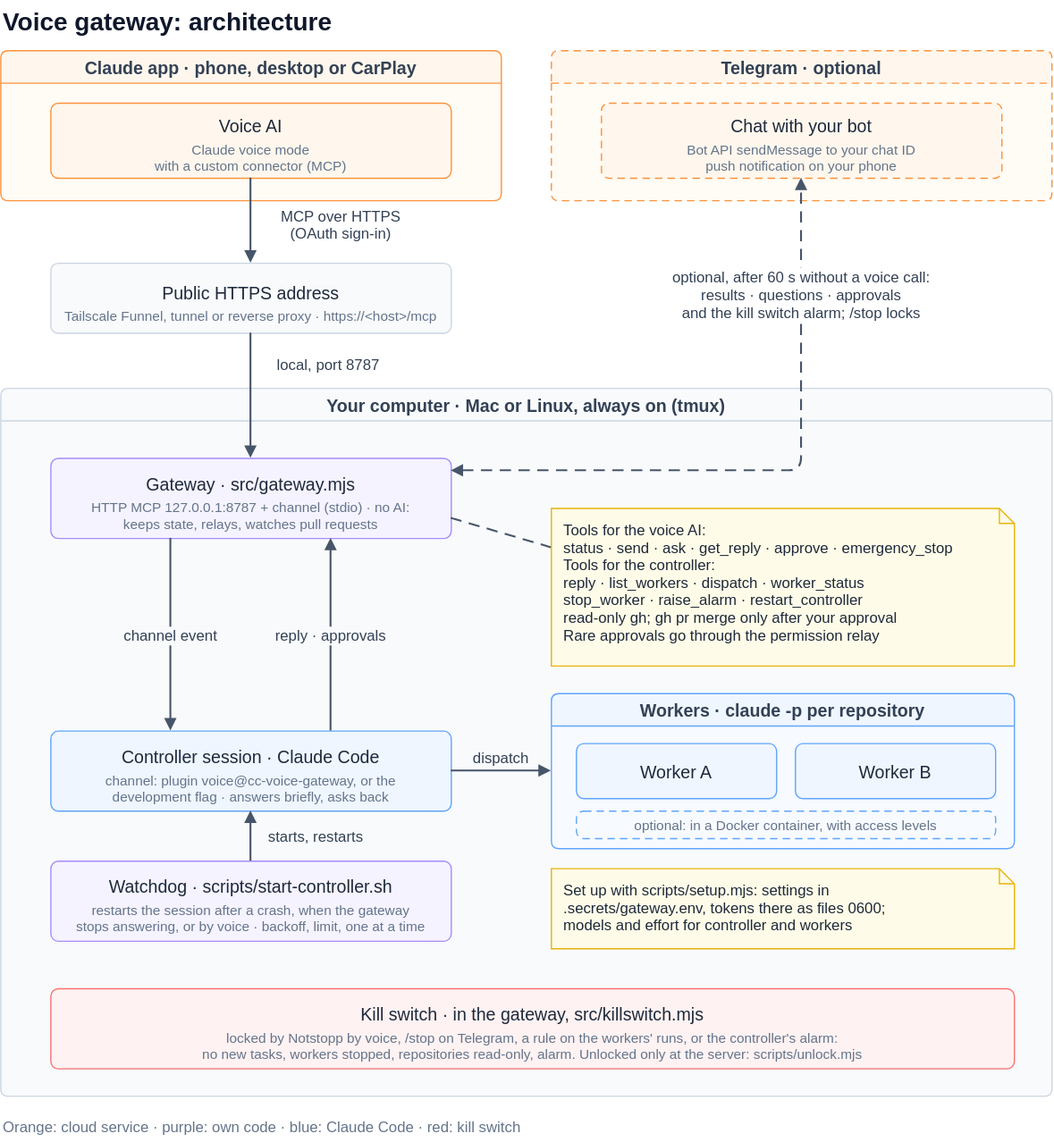
Above: docs/architecture.drawio.svg in alderg/cc-voice-gateway (draw.io), before the change. Source tidied: cells renumbered, new cells last; positions are measured from the earlier drawing's top-left corner, leaving out a move shared by most shapes.
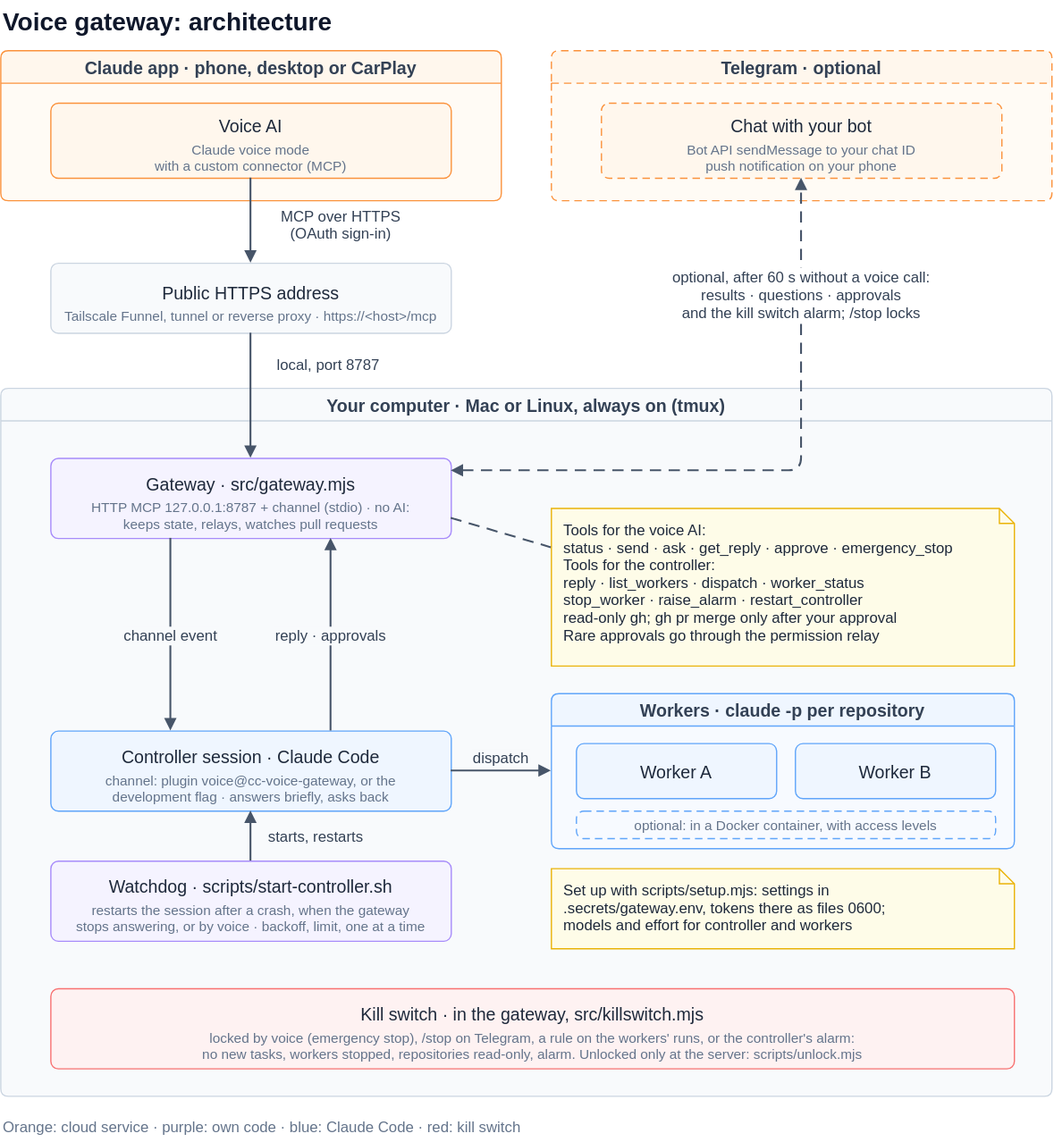
The same diagram one commit later.

Commit message:
Kill switch: English emergency phrases only

Change to the diagram source:
```diff
@@ -71,7 +71,7 @@
     <mxCell id="24" value="Kill switch · in the gateway, src/killswitch.mjs" style="rounded=1;html=0;fontSize=14;fillColor=#FEF2F2;strokeColor=#F87171;fontStyle=0;verticalAlign=top;spacingTop=6.9;strokeWidth=1;absoluteArcSize=1;arcSize=12;fontColor=#1E293B;" parent="11" vertex="1">
       <mxGeometry x="40" y="480" width="770" height="64" as="geometry" />
     </mxCell>
-    <mxCell id="25" value="locked by Notstopp by voice, /stop on Telegram, a rule on the workers' runs, or the controller's alarm:&#10;no new tasks, workers stopped, repositories read-only, alarm. Unlocked only at the server: scripts/unlock.mjs" style="text;html=0;fontSize=11;fontColor=#64748B;align=center;verticalAlign=top;spacing=0;strokeColor=none;fillColor=none;" parent="24" vertex="1">
+    <mxCell id="25" value="locked by voice (emergency stop), /stop on Telegram, a rule on the workers' runs, or the controller's alarm:&#10;no new tasks, workers stopped, repositories read-only, alarm. Unlocked only at the server: scripts/unlock.mjs" style="text;html=0;fontSize=11;fontColor=#64748B;align=center;verticalAlign=top;spacing=0;strokeColor=none;fillColor=none;" parent="24" vertex="1">
       <mxGeometry y="28.7" width="770" height="26.4" as="geometry" />
     </mxCell>
     <mxCell id="26" value="Orange: cloud service · purple: own code · blue: Claude Code · red: kill switch" style="text;html=0;fontSize=12;align=left;verticalAlign=middle;strokeColor=none;fillColor=none;fontStyle=0;fontColor=#64748B;" parent="1" vertex="1">
```
